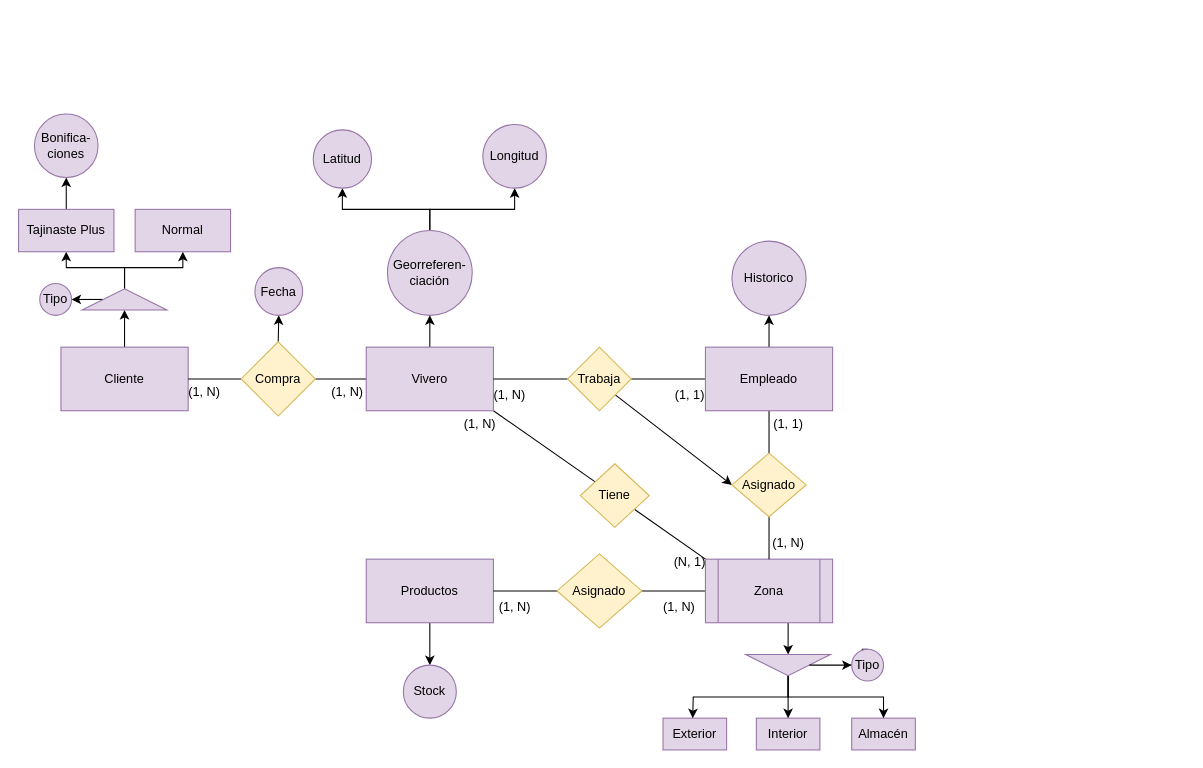
This is Viveros.drawio from Nestor-svg/Modelo-Entidad-Relaci-n.-Viveros, a draw.io file, before an edit. Source tidied: cells renumbered, new cells numbered last; positions are measured from the earlier drawing's top-left corner, leaving out a move shared by most shapes. Both pictures are drawn from the tidied source at 106%, with x=0, y=0 at pixel (18, 113).
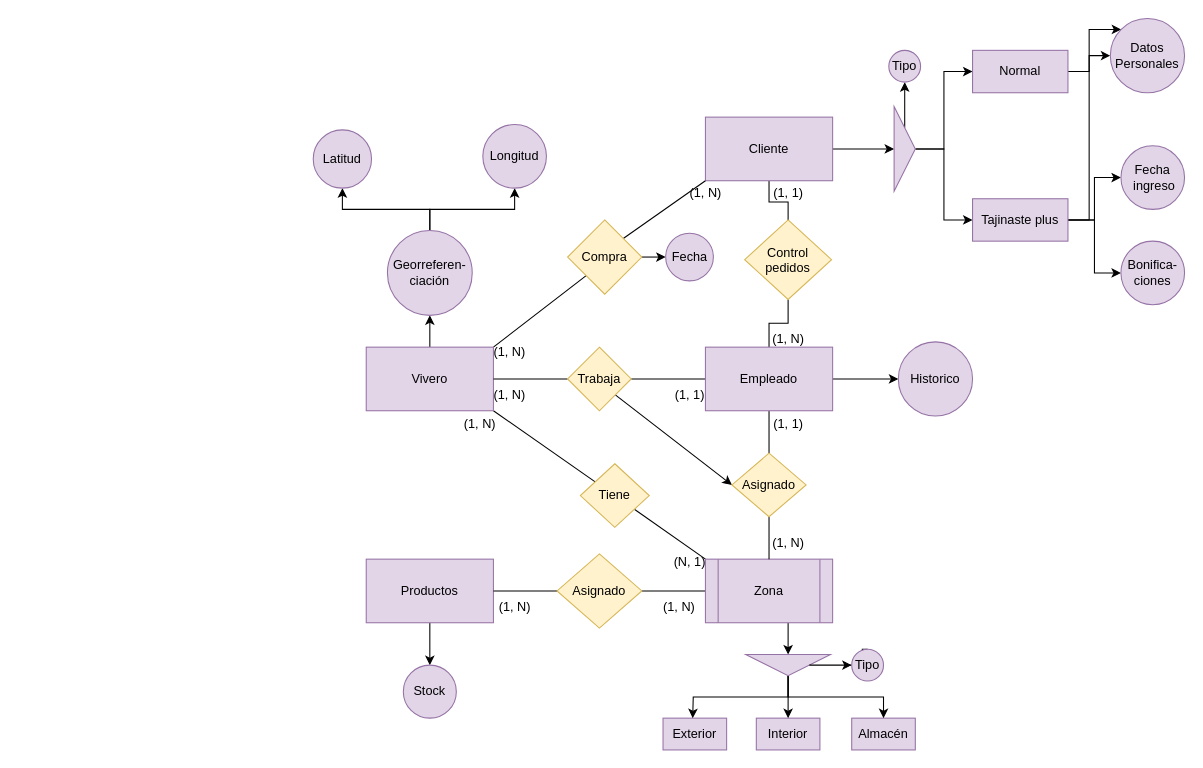
The same page after the edit.

Unchanged cells that the change refers to:
```xml
<mxCell id="6" value="Vivero" style="whiteSpace=wrap;html=1;fillColor=#e1d5e7;strokeColor=#9673a6;" parent="1" vertex="1">
  <mxGeometry x="328" y="220" width="120" height="60" as="geometry" />
</mxCell>
<mxCell id="38" value="Empleado" style="whiteSpace=wrap;html=1;fillColor=#e1d5e7;strokeColor=#9673a6;" parent="1" vertex="1">
  <mxGeometry x="648" y="220" width="120" height="60" as="geometry" />
</mxCell>
```

The edit, as a diff of the source:
```diff
@@
-    <mxCell id="5" style="edgeStyle=orthogonalEdgeStyle;rounded=0;jettySize=auto;html=1;exitX=0;exitY=0.5;exitDx=0;exitDy=0;entryX=1;entryY=0.5;entryDx=0;entryDy=0;endArrow=none;endFill=0;" parent="1" edge="1" source="6" target="54">
+    <mxCell id="5" style="rounded=0;jettySize=auto;html=1;exitX=1;exitY=0;exitDx=0;exitDy=0;entryX=0;entryY=1;entryDx=0;entryDy=0;endArrow=none;endFill=0;" parent="1" edge="1" source="6" target="54">
       <mxGeometry relative="1" as="geometry" />
     </mxCell>
@@
-    <mxCell id="37" style="edgeStyle=orthogonalEdgeStyle;rounded=0;jettySize=auto;html=1;exitX=0.5;exitY=0;exitDx=0;exitDy=0;entryX=0.5;entryY=1;entryDx=0;entryDy=0;" parent="1" edge="1" source="38" target="49">
+    <mxCell id="37" style="edgeStyle=orthogonalEdgeStyle;rounded=0;jettySize=auto;html=1;exitX=1;exitY=0.5;exitDx=0;exitDy=0;entryX=0;entryY=0.5;entryDx=0;entryDy=0;" parent="1" edge="1" source="38" target="49">
       <mxGeometry relative="1" as="geometry" />
     </mxCell>
+    <mxCell id="67" style="edgeStyle=orthogonalEdgeStyle;rounded=0;jettySize=auto;html=1;exitX=0.5;exitY=0;exitDx=0;exitDy=0;entryX=0.5;entryY=1;entryDx=0;entryDy=0;endArrow=none;endFill=0;" parent="1" edge="1" source="38" target="75">
+      <mxGeometry relative="1" as="geometry" />
+    </mxCell>
@@
     <mxCell id="49" value="&lt;div&gt;Historico&lt;br&gt;&lt;/div&gt;" style="ellipse;whiteSpace=wrap;html=1;fillColor=#e1d5e7;strokeColor=#9673a6;" parent="1" vertex="1">
-      <mxGeometry x="673" y="120" width="70" height="70" as="geometry" />
+      <mxGeometry x="830" y="215" width="70" height="70" as="geometry" />
     </mxCell>
-    <mxCell id="50" style="edgeStyle=orthogonalEdgeStyle;rounded=0;jettySize=auto;html=1;exitX=0.5;exitY=0;exitDx=0;exitDy=0;entryX=0;entryY=0.5;entryDx=0;entryDy=0;" parent="1" edge="1" source="51" target="60">
+    <mxCell id="50" style="edgeStyle=orthogonalEdgeStyle;rounded=0;jettySize=auto;html=1;exitX=1;exitY=0.5;exitDx=0;exitDy=0;entryX=0;entryY=0.5;entryDx=0;entryDy=0;" parent="1" edge="1" source="51" target="60">
       <mxGeometry relative="1" as="geometry" />
     </mxCell>
+    <mxCell id="68" style="edgeStyle=orthogonalEdgeStyle;rounded=0;jettySize=auto;html=1;exitX=0.5;exitY=1;exitDx=0;exitDy=0;entryX=0.5;entryY=0;entryDx=0;entryDy=0;endArrow=none;endFill=0;" parent="1" edge="1" source="51" target="75">
+      <mxGeometry relative="1" as="geometry" />
+    </mxCell>
     <mxCell id="51" value="Cliente" style="whiteSpace=wrap;html=1;fillColor=#e1d5e7;strokeColor=#9673a6;" parent="1" vertex="1">
-      <mxGeometry x="40" y="220" width="120" height="60" as="geometry" />
+      <mxGeometry x="648" y="3" width="120" height="60" as="geometry" />
     </mxCell>
-    <mxCell id="52" style="edgeStyle=orthogonalEdgeStyle;rounded=0;jettySize=auto;html=1;exitX=0;exitY=0.5;exitDx=0;exitDy=0;entryX=1;entryY=0.5;entryDx=0;entryDy=0;endArrow=none;endFill=0;" parent="1" edge="1" source="54" target="51">
+    <mxCell id="52" style="rounded=0;jettySize=auto;html=1;exitX=1;exitY=0;exitDx=0;exitDy=0;entryX=0;entryY=1;entryDx=0;entryDy=0;endArrow=none;endFill=0;" parent="1" edge="1" source="54" target="51">
       <mxGeometry relative="1" as="geometry" />
     </mxCell>
-    <mxCell id="53" style="edgeStyle=orthogonalEdgeStyle;rounded=0;jettySize=auto;html=1;exitX=0.5;exitY=0;exitDx=0;exitDy=0;entryX=0.5;entryY=1;entryDx=0;entryDy=0;" parent="1" edge="1" source="54" target="66">
+    <mxCell id="53" style="edgeStyle=orthogonalEdgeStyle;rounded=0;jettySize=auto;html=1;exitX=1;exitY=0.5;exitDx=0;exitDy=0;entryX=0;entryY=0.5;entryDx=0;entryDy=0;" parent="1" edge="1" source="54" target="66">
       <mxGeometry relative="1" as="geometry" />
     </mxCell>
     <mxCell id="54" value="Compra" style="rhombus;whiteSpace=wrap;html=1;fillColor=#fff2cc;strokeColor=#d6b656;" parent="1" vertex="1">
-      <mxGeometry x="210" y="215" width="70" height="70" as="geometry" />
+      <mxGeometry x="518" y="100" width="70" height="70" as="geometry" />
     </mxCell>
     <mxCell id="55" value="(1, N)" style="text;html=1;align=center;verticalAlign=middle;strokeColor=none;fillColor=none;" parent="1" vertex="1">
-      <mxGeometry x="285" y="248" width="50" height="30" as="geometry" />
+      <mxGeometry x="438" y="210" width="50" height="30" as="geometry" />
     </mxCell>
     <mxCell id="56" value="(1, N)" style="text;html=1;align=center;verticalAlign=middle;strokeColor=none;fillColor=none;" parent="1" vertex="1">
-      <mxGeometry x="150" y="248" width="50" height="30" as="geometry" />
+      <mxGeometry x="623" y="60" width="50" height="30" as="geometry" />
     </mxCell>
-    <mxCell id="57" style="edgeStyle=orthogonalEdgeStyle;rounded=0;jettySize=auto;html=1;exitX=0.5;exitY=0;exitDx=0;exitDy=0;entryX=1;entryY=0.5;entryDx=0;entryDy=0;" parent="1" edge="1" source="60" target="61">
+    <mxCell id="57" style="edgeStyle=orthogonalEdgeStyle;rounded=0;jettySize=auto;html=1;exitX=0.5;exitY=0;exitDx=0;exitDy=0;entryX=0.5;entryY=1;entryDx=0;entryDy=0;" parent="1" edge="1" source="60" target="61">
       <mxGeometry relative="1" as="geometry" />
     </mxCell>
+    <mxCell id="59" style="edgeStyle=orthogonalEdgeStyle;rounded=0;jettySize=auto;html=1;exitX=1;exitY=0.5;exitDx=0;exitDy=0;entryX=0;entryY=0.5;entryDx=0;entryDy=0;" parent="1" edge="1" source="60" target="63">
+      <mxGeometry relative="1" as="geometry" />
+    </mxCell>
-    <mxCell id="58" style="edgeStyle=orthogonalEdgeStyle;rounded=0;jettySize=auto;html=1;exitX=1;exitY=0.5;exitDx=0;exitDy=0;entryX=0.5;entryY=1;entryDx=0;entryDy=0;" parent="1" edge="1" source="60" target="64">
+    <mxCell id="58" style="edgeStyle=orthogonalEdgeStyle;rounded=0;jettySize=auto;html=1;exitX=1;exitY=0.5;exitDx=0;exitDy=0;entryX=0;entryY=0.5;entryDx=0;entryDy=0;" parent="1" edge="1" source="60" target="64">
       <mxGeometry relative="1" as="geometry" />
     </mxCell>
-    <mxCell id="59" style="edgeStyle=orthogonalEdgeStyle;rounded=0;jettySize=auto;html=1;exitX=1;exitY=0.5;exitDx=0;exitDy=0;entryX=0.5;entryY=1;entryDx=0;entryDy=0;" parent="1" edge="1" source="60" target="63">
-      <mxGeometry relative="1" as="geometry" />
-    </mxCell>
-    <mxCell id="60" style="triangle;whiteSpace=wrap;html=1;rotation=-90;fillColor=#e1d5e7;strokeColor=#9673a6;" parent="1" vertex="1">
-      <mxGeometry x="90" y="135" width="20" height="80" as="geometry" />
+    <mxCell id="60" style="triangle;whiteSpace=wrap;html=1;rotation=0;fillColor=#e1d5e7;strokeColor=#9673a6;" parent="1" vertex="1">
+      <mxGeometry x="826" y="-7" width="20" height="80" as="geometry" />
     </mxCell>
     <mxCell id="61" value="Tipo" style="ellipse;whiteSpace=wrap;html=1;fillColor=#e1d5e7;strokeColor=#9673a6;" parent="1" vertex="1">
-      <mxGeometry x="20" y="160" width="30" height="30" as="geometry" />
+      <mxGeometry x="821" y="-60" width="30" height="30" as="geometry" />
     </mxCell>
-    <mxCell id="62" style="edgeStyle=orthogonalEdgeStyle;rounded=0;jettySize=auto;html=1;entryX=0.5;entryY=1;entryDx=0;entryDy=0;" parent="1" edge="1" source="63" target="65">
-      <mxGeometry relative="1" as="geometry" />
-    </mxCell>
+    <mxCell id="69" style="edgeStyle=orthogonalEdgeStyle;rounded=0;jettySize=auto;html=1;exitX=1;exitY=0.5;exitDx=0;exitDy=0;entryX=0;entryY=0;entryDx=0;entryDy=0;" parent="1" edge="1" source="63" target="73">
+      <mxGeometry relative="1" as="geometry" />
+    </mxCell>
-    <mxCell id="63" value="Tajinaste Plus" style="whiteSpace=wrap;html=1;fillColor=#e1d5e7;strokeColor=#9673a6;" parent="1" vertex="1">
-      <mxGeometry y="90" width="90" height="40" as="geometry" />
+    <mxCell id="63" value="Normal" style="whiteSpace=wrap;html=1;fillColor=#e1d5e7;strokeColor=#9673a6;" parent="1" vertex="1">
+      <mxGeometry x="900" y="-60" width="90" height="40" as="geometry" />
     </mxCell>
+    <mxCell id="70" style="edgeStyle=orthogonalEdgeStyle;rounded=0;jettySize=auto;html=1;exitX=1;exitY=0.5;exitDx=0;exitDy=0;entryX=0;entryY=0.5;entryDx=0;entryDy=0;" parent="1" edge="1" source="64" target="73">
+      <mxGeometry relative="1" as="geometry" />
+    </mxCell>
+    <mxCell id="71" style="edgeStyle=orthogonalEdgeStyle;rounded=0;jettySize=auto;html=1;exitX=1;exitY=0.5;exitDx=0;exitDy=0;entryX=0;entryY=0.5;entryDx=0;entryDy=0;" parent="1" edge="1" source="64" target="74">
+      <mxGeometry relative="1" as="geometry" />
+    </mxCell>
+    <mxCell id="72" style="edgeStyle=orthogonalEdgeStyle;rounded=0;jettySize=auto;html=1;exitX=1;exitY=0.5;exitDx=0;exitDy=0;entryX=0;entryY=0.5;entryDx=0;entryDy=0;" parent="1" edge="1" source="64" target="65">
+      <mxGeometry relative="1" as="geometry" />
+    </mxCell>
-    <mxCell id="64" value="Normal" style="whiteSpace=wrap;html=1;fillColor=#e1d5e7;strokeColor=#9673a6;" parent="1" vertex="1">
-      <mxGeometry x="110" y="90" width="90" height="40" as="geometry" />
+    <mxCell id="64" value="Tajinaste plus" style="whiteSpace=wrap;html=1;fillColor=#e1d5e7;strokeColor=#9673a6;" parent="1" vertex="1">
+      <mxGeometry x="900" y="80" width="90" height="40" as="geometry" />
     </mxCell>
     <mxCell id="65" value="Bonifica-ciones" style="ellipse;whiteSpace=wrap;html=1;fillColor=#e1d5e7;strokeColor=#9673a6;" parent="1" vertex="1">
-      <mxGeometry x="15" width="60" height="60" as="geometry" />
+      <mxGeometry x="1040" y="120" width="60" height="60" as="geometry" />
     </mxCell>
     <mxCell id="66" value="Fecha" style="ellipse;whiteSpace=wrap;html=1;fillColor=#e1d5e7;strokeColor=#9673a6;" parent="1" vertex="1">
-      <mxGeometry x="223" y="145" width="45" height="45" as="geometry" />
+      <mxGeometry x="610.5" y="112.5" width="45" height="45" as="geometry" />
     </mxCell>
+    <mxCell id="73" value="Datos Personales" style="ellipse;whiteSpace=wrap;html=1;fillColor=#e1d5e7;strokeColor=#9673a6;" parent="1" vertex="1">
+      <mxGeometry x="1030" y="-90" width="70" height="70" as="geometry" />
+    </mxCell>
+    <mxCell id="74" value="Fecha&lt;div&gt;&amp;nbsp;ingreso&lt;/div&gt;" style="ellipse;whiteSpace=wrap;html=1;fillColor=#e1d5e7;strokeColor=#9673a6;" parent="1" vertex="1">
+      <mxGeometry x="1040" y="30" width="60" height="60" as="geometry" />
+    </mxCell>
+    <mxCell id="75" value="Control pedidos" style="rhombus;whiteSpace=wrap;html=1;fillColor=#fff2cc;strokeColor=#d6b656;" parent="1" vertex="1">
+      <mxGeometry x="685" y="100" width="82" height="75" as="geometry" />
+    </mxCell>
+    <mxCell id="76" value="(1, 1)" style="text;html=1;align=center;verticalAlign=middle;strokeColor=none;fillColor=none;" parent="1" vertex="1">
+      <mxGeometry x="701" y="60" width="50" height="30" as="geometry" />
+    </mxCell>
+    <mxCell id="77" value="(1, N)" style="text;html=1;align=center;verticalAlign=middle;strokeColor=none;fillColor=none;" parent="1" vertex="1">
+      <mxGeometry x="701" y="198" width="50" height="30" as="geometry" />
+    </mxCell>
```
